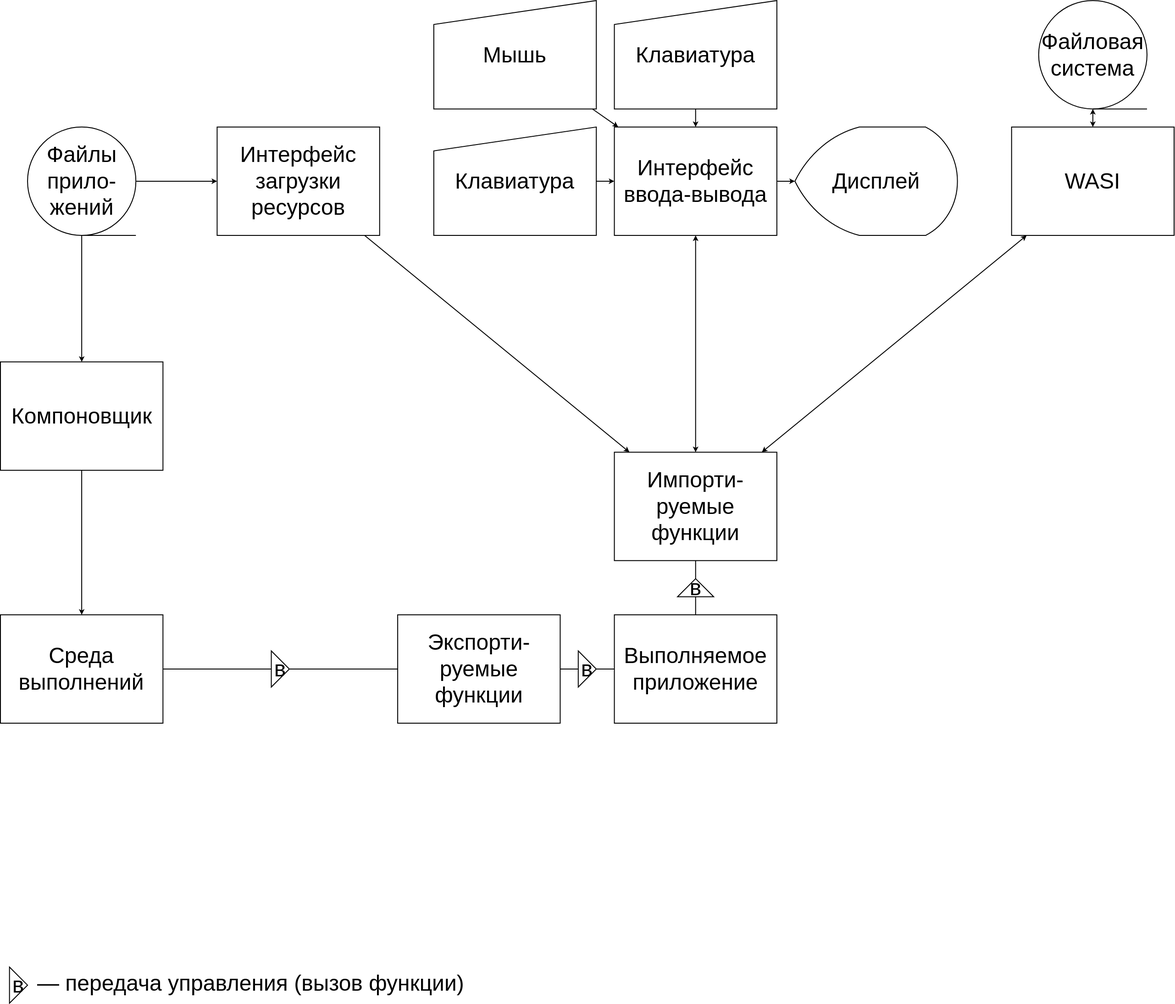
Before: diagrams/structure.drawio.png, a diagram exported from draw.io (Destructor17/graduation_project_report). Source tidied: cells renumbered, new cells last; positions are measured from the earlier drawing's top-left corner, leaving out a move shared by most shapes.
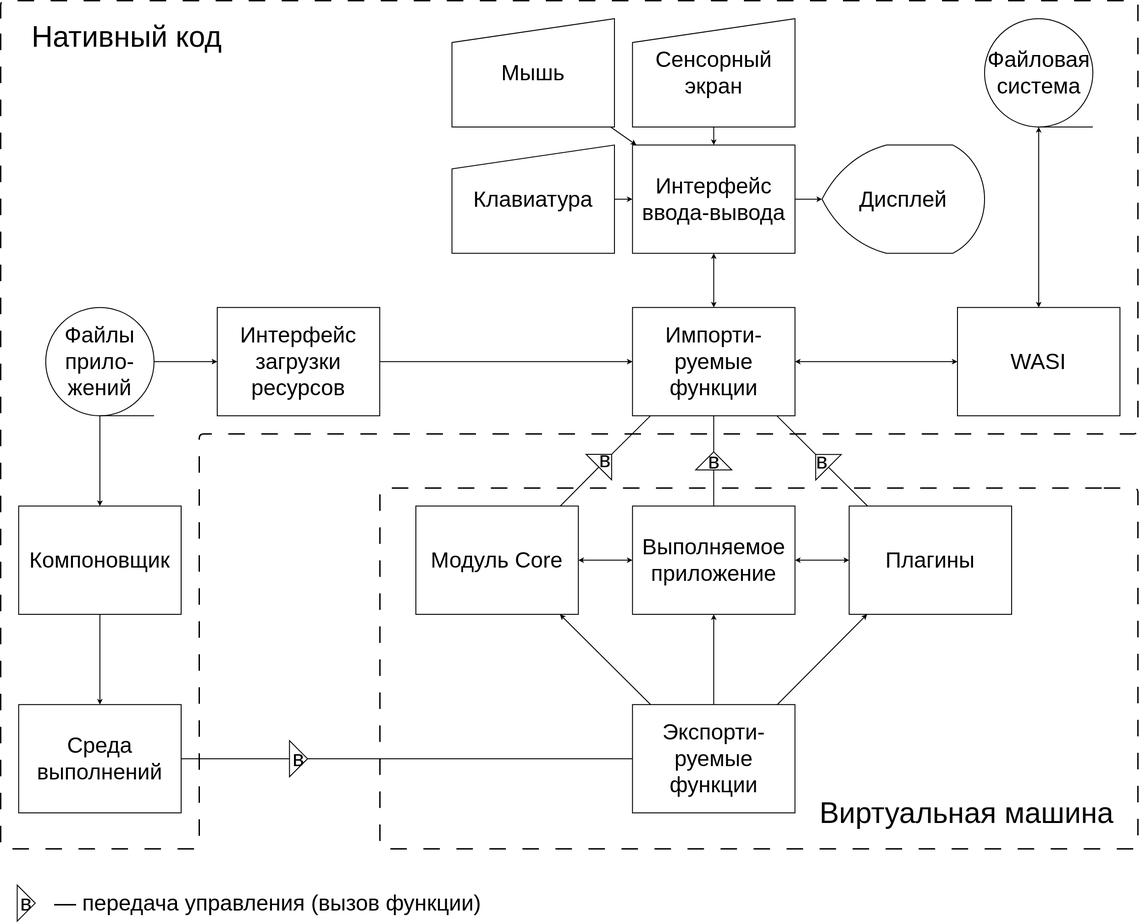
The same diagram one commit later.

Change to the diagram source:
```diff
@@ -9,31 +9,31 @@
       <mxGeometry relative="1" as="geometry" />
     </mxCell>
     <mxCell id="4" value="Интерфейс ввода-вывода" style="rounded=0;whiteSpace=wrap;html=1;absoluteArcSize=1;arcSize=0;strokeWidth=2;strokeColor=default;align=center;verticalAlign=middle;fontFamily=Helvetica;fontSize=48;fontColor=default;fillColor=default;comic=0;fixDash=0;snapToPoint=0;" parent="1" vertex="1">
-      <mxGeometry x="1339.1" y="275.3" width="354.3" height="236.2" as="geometry" />
+      <mxGeometry x="1417.8" y="432.8" width="354.3" height="236.2" as="geometry" />
     </mxCell>
     <mxCell id="5" value="&lt;font style=&quot;font-size: 48px;&quot;&gt;Дисплей&lt;/font&gt;" style="strokeWidth=2;html=1;shape=mxgraph.flowchart.display;whiteSpace=wrap;fontSize=48;" parent="1" vertex="1">
-      <mxGeometry x="1732.8" y="275.3" width="354.3" height="236.2" as="geometry" />
+      <mxGeometry x="1831.2" y="432.8" width="354.3" height="236.2" as="geometry" />
     </mxCell>
     <mxCell id="6" style="edgeStyle=none;html=1;fontSize=48;strokeWidth=2;" parent="1" edge="1" source="7" target="4">
       <mxGeometry relative="1" as="geometry" />
     </mxCell>
     <mxCell id="7" value="&lt;font style=&quot;font-size: 48px;&quot;&gt;Клавиатура&lt;/font&gt;" style="html=1;strokeWidth=2;shape=manualInput;whiteSpace=wrap;rounded=1;size=52;arcSize=0;fontSize=48;" parent="1" vertex="1">
-      <mxGeometry x="945.4" y="275.3" width="354.3" height="236.2" as="geometry" />
+      <mxGeometry x="1024.1" y="432.8" width="354.3" height="236.2" as="geometry" />
     </mxCell>
     <mxCell id="8" style="edgeStyle=none;html=1;fontSize=48;strokeWidth=2;" parent="1" edge="1" source="9" target="4">
       <mxGeometry relative="1" as="geometry" />
     </mxCell>
     <mxCell id="9" value="&lt;font style=&quot;font-size: 48px;&quot;&gt;Мышь&lt;/font&gt;" style="html=1;strokeWidth=2;shape=manualInput;whiteSpace=wrap;rounded=1;size=52;arcSize=0;fontSize=48;" parent="1" vertex="1">
-      <mxGeometry x="945.4" y="-0.3" width="354.3" height="236.2" as="geometry" />
+      <mxGeometry x="1024.1" y="157.2" width="354.3" height="236.2" as="geometry" />
     </mxCell>
     <mxCell id="10" style="edgeStyle=none;html=1;fontSize=48;strokeWidth=2;" parent="1" edge="1" source="11" target="4">
       <mxGeometry relative="1" as="geometry" />
     </mxCell>
-    <mxCell id="11" value="&lt;font style=&quot;font-size: 48px;&quot;&gt;Клавиатура&lt;br style=&quot;font-size: 48px;&quot;&gt;&lt;/font&gt;" style="html=1;strokeWidth=2;shape=manualInput;whiteSpace=wrap;rounded=1;size=52;arcSize=0;fontSize=48;" parent="1" vertex="1">
-      <mxGeometry x="1339.1" y="-0.3" width="354.3" height="236.2" as="geometry" />
+    <mxCell id="11" value="&lt;font style=&quot;font-size: 48px;&quot;&gt;Сенсорный экран&lt;br style=&quot;font-size: 48px;&quot;&gt;&lt;/font&gt;" style="html=1;strokeWidth=2;shape=manualInput;whiteSpace=wrap;rounded=1;size=52;arcSize=0;fontSize=48;" parent="1" vertex="1">
+      <mxGeometry x="1417.8" y="157.2" width="354.3" height="236.2" as="geometry" />
     </mxCell>
     <mxCell id="12" value="Импорти-руемые функции" style="rounded=0;whiteSpace=wrap;html=1;absoluteArcSize=1;arcSize=0;strokeWidth=2;strokeColor=default;align=center;verticalAlign=middle;fontFamily=Helvetica;fontSize=48;fontColor=default;fillColor=default;comic=0;fixDash=0;snapToPoint=0;" parent="1" vertex="1">
-      <mxGeometry x="1339.1" y="984" width="354.3" height="236.2" as="geometry" />
+      <mxGeometry x="1417.8" y="787.1" width="354.3" height="236.2" as="geometry" />
     </mxCell>
     <mxCell id="13" style="edgeStyle=none;html=1;fontSize=48;startArrow=classic;startFill=1;arcSize=20;perimeterSpacing=0;strokeWidth=2;" parent="1" edge="1" source="15" target="12">
       <mxGeometry relative="1" as="geometry" />
@@ -42,10 +42,10 @@
       <mxGeometry relative="1" as="geometry" />
     </mxCell>
     <mxCell id="15" value="WASI" style="rounded=0;whiteSpace=wrap;html=1;absoluteArcSize=1;arcSize=0;strokeWidth=2;strokeColor=default;align=center;verticalAlign=middle;fontFamily=Helvetica;fontSize=48;fontColor=default;fillColor=default;comic=0;fixDash=0;snapToPoint=0;" parent="1" vertex="1">
-      <mxGeometry x="2205.2" y="275.3" width="354.3" height="236.2" as="geometry" />
+      <mxGeometry x="2126.5" y="787.1" width="354.3" height="236.2" as="geometry" />
     </mxCell>
     <mxCell id="16" value="Файловая&lt;br style=&quot;font-size: 48px;&quot;&gt;система" style="strokeWidth=2;html=1;shape=mxgraph.flowchart.sequential_data;whiteSpace=wrap;fontSize=48;" parent="1" vertex="1">
-      <mxGeometry x="2264.2" y="-0.3" width="236.2" height="236.2" as="geometry" />
+      <mxGeometry x="2185.5" y="157.2" width="236.2" height="236.2" as="geometry" />
     </mxCell>
     <mxCell id="17" style="edgeStyle=none;html=1;fontSize=48;startArrow=none;startFill=0;strokeWidth=2;" parent="1" edge="1" source="19" target="21">
       <mxGeometry relative="1" as="geometry" />
@@ -54,35 +54,35 @@
       <mxGeometry relative="1" as="geometry" />
     </mxCell>
     <mxCell id="19" value="Файлы прило-жений" style="strokeWidth=2;html=1;shape=mxgraph.flowchart.sequential_data;whiteSpace=wrap;fontSize=48;" parent="1" vertex="1">
-      <mxGeometry x="59.6" y="275.3" width="236.2" height="236.2" as="geometry" />
+      <mxGeometry x="138.2" y="787.1" width="236.2" height="236.2" as="geometry" />
     </mxCell>
     <mxCell id="20" style="edgeStyle=none;html=1;fontSize=48;startArrow=none;startFill=0;strokeWidth=2;" parent="1" edge="1" source="21" target="12">
       <mxGeometry relative="1" as="geometry" />
     </mxCell>
     <mxCell id="21" value="Интерфейс &lt;br style=&quot;font-size: 48px;&quot;&gt;загрузки ресурсов" style="rounded=0;whiteSpace=wrap;html=1;absoluteArcSize=1;arcSize=0;strokeWidth=2;strokeColor=default;align=center;verticalAlign=middle;fontFamily=Helvetica;fontSize=48;fontColor=default;fillColor=default;comic=0;fixDash=0;snapToPoint=0;" parent="1" vertex="1">
-      <mxGeometry x="472.9" y="275.3" width="354.3" height="236.2" as="geometry" />
+      <mxGeometry x="512.3" y="787.1" width="354.3" height="236.2" as="geometry" />
     </mxCell>
     <mxCell id="22" style="edgeStyle=none;html=1;fontSize=48;startArrow=none;startFill=0;strokeWidth=2;" parent="1" edge="1" source="23" target="26">
       <mxGeometry relative="1" as="geometry" />
     </mxCell>
     <mxCell id="23" value="Компоновщик" style="rounded=0;whiteSpace=wrap;html=1;absoluteArcSize=1;arcSize=0;strokeWidth=2;strokeColor=default;align=center;verticalAlign=middle;fontFamily=Helvetica;fontSize=48;fontColor=default;fillColor=default;comic=0;fixDash=0;snapToPoint=0;" parent="1" vertex="1">
-      <mxGeometry x="0.5" y="787.1" width="354.3" height="236.2" as="geometry" />
+      <mxGeometry x="79.2" y="1220.2" width="354.3" height="236.2" as="geometry" />
     </mxCell>
+    <mxCell id="38" style="edgeStyle=none;html=1;strokeWidth=2;fontSize=64;startArrow=classic;startFill=1;endArrow=classic;endFill=1;" parent="1" edge="1" source="24" target="44">
+      <mxGeometry relative="1" as="geometry" />
+    </mxCell>
     <mxCell id="24" value="Выполняемое приложение" style="rounded=0;whiteSpace=wrap;html=1;absoluteArcSize=1;arcSize=0;strokeWidth=2;strokeColor=default;align=center;verticalAlign=middle;fontFamily=Helvetica;fontSize=48;fontColor=default;fillColor=default;comic=0;fixDash=0;snapToPoint=0;" parent="1" vertex="1">
-      <mxGeometry x="1339.1" y="1338.3" width="354.3" height="236.2" as="geometry" />
+      <mxGeometry x="1417.8" y="1220.2" width="354.3" height="236.2" as="geometry" />
     </mxCell>
     <mxCell id="25" style="edgeStyle=none;html=1;entryX=0;entryY=0.5;entryDx=0;entryDy=0;fontSize=48;startArrow=none;startFill=0;endArrow=none;endFill=0;strokeWidth=2;" parent="1" edge="1" source="26" target="33">
       <mxGeometry relative="1" as="geometry" />
     </mxCell>
     <mxCell id="26" value="Среда выполнений" style="rounded=0;whiteSpace=wrap;html=1;absoluteArcSize=1;arcSize=0;strokeWidth=2;strokeColor=default;align=center;verticalAlign=middle;fontFamily=Helvetica;fontSize=48;fontColor=default;fillColor=default;comic=0;fixDash=0;snapToPoint=0;" parent="1" vertex="1">
-      <mxGeometry x="0.5" y="1338.3" width="354.3" height="236.2" as="geometry" />
+      <mxGeometry x="79.2" y="1653.3" width="354.3" height="236.2" as="geometry" />
     </mxCell>
-    <mxCell id="27" style="edgeStyle=none;html=1;entryX=0;entryY=0.5;entryDx=0;entryDy=0;fontSize=48;startArrow=none;startFill=0;endArrow=none;endFill=0;strokeWidth=2;" parent="1" edge="1" source="28" target="35">
+    <mxCell id="27" style="edgeStyle=none;html=1;fontSize=48;startArrow=none;startFill=0;endArrow=classic;endFill=1;strokeWidth=2;entryX=0.5;entryY=1;entryDx=0;entryDy=0;" parent="1" edge="1" source="28" target="24">
       <mxGeometry relative="1" as="geometry" />
     </mxCell>
-    <mxCell id="28" value="Экспорти-руемые функции" style="rounded=0;whiteSpace=wrap;html=1;absoluteArcSize=1;arcSize=0;strokeWidth=2;strokeColor=default;align=center;verticalAlign=middle;fontFamily=Helvetica;fontSize=48;fontColor=default;fillColor=default;comic=0;fixDash=0;snapToPoint=0;" parent="1" vertex="1">
-      <mxGeometry x="866.6" y="1338.3" width="354.3" height="236.2" as="geometry" />
-    </mxCell>
     <mxCell id="29" style="edgeStyle=none;html=1;fontSize=48;startArrow=none;startFill=0;endArrow=none;strokeWidth=2;" parent="1" edge="1" source="24" target="31">
       <mxGeometry relative="1" as="geometry" />
     </mxCell>
@@ -90,25 +90,97 @@
       <mxGeometry relative="1" as="geometry" />
     </mxCell>
     <mxCell id="31" value="&lt;font style=&quot;font-size: 48px;&quot;&gt;в&lt;/font&gt;" style="triangle;whiteSpace=wrap;html=1;fontSize=48;direction=north;strokeWidth=2;" parent="1" vertex="1">
-      <mxGeometry x="1476.9" y="1259.6" width="78.7" height="39.4" as="geometry" />
+      <mxGeometry x="1555.6" y="1102.1" width="78.7" height="39.4" as="geometry" />
     </mxCell>
     <mxCell id="32" style="edgeStyle=none;html=1;fontSize=48;startArrow=none;startFill=0;endArrow=none;endFill=0;strokeWidth=2;" parent="1" edge="1" source="33" target="28">
       <mxGeometry relative="1" as="geometry" />
     </mxCell>
     <mxCell id="33" value="в" style="triangle;whiteSpace=wrap;html=1;fontSize=48;strokeWidth=2;" parent="1" vertex="1">
-      <mxGeometry x="591" y="1417.1" width="39.4" height="78.7" as="geometry" />
+      <mxGeometry x="669.8" y="1732" width="39.4" height="78.7" as="geometry" />
     </mxCell>
-    <mxCell id="34" style="edgeStyle=none;html=1;fontSize=48;startArrow=none;startFill=0;endArrow=none;endFill=0;strokeWidth=2;" parent="1" edge="1" source="35" target="24">
-      <mxGeometry relative="1" as="geometry" />
-    </mxCell>
-    <mxCell id="35" value="в" style="triangle;whiteSpace=wrap;html=1;fontSize=48;direction=east;strokeWidth=2;" parent="1" vertex="1">
-      <mxGeometry x="1260.3" y="1417.1" width="39.4" height="78.7" as="geometry" />
-    </mxCell>
     <mxCell id="36" value="в" style="triangle;whiteSpace=wrap;html=1;fontSize=48;direction=east;strokeWidth=2;" parent="1" vertex="1">
-      <mxGeometry x="20.2" y="2106" width="39.4" height="78.7" as="geometry" />
+      <mxGeometry x="76" y="2047" width="39.4" height="78.7" as="geometry" />
     </mxCell>
     <mxCell id="37" value="—&amp;nbsp;передача управления (вызов функции)" style="text;html=1;strokeColor=none;fillColor=none;align=left;verticalAlign=middle;whiteSpace=wrap;rounded=0;fontSize=48;strokeWidth=2;" parent="1" vertex="1">
-      <mxGeometry x="79.2" y="2125.7" width="1181.1" height="30" as="geometry" />
+      <mxGeometry x="154.7" y="2071.3" width="1338.6" height="30" as="geometry" />
     </mxCell>
+    <mxCell id="39" style="endArrow=none;dashed=1;html=1;strokeWidth=3;dashPattern=12 12;startArrow=none;" parent="1" edge="1">
+      <mxGeometry relative="1" as="geometry">
+        <mxPoint x="2441" y="1181" as="sourcePoint" />
+        <mxPoint x="2441" y="1181" as="targetPoint" />
+        <Array as="points">
+          <mxPoint x="867" y="1181" />
+          <mxPoint x="867" y="1968" />
+          <mxPoint x="2520" y="1968" />
+          <mxPoint x="2520" y="1181" />
+        </Array>
+      </mxGeometry>
+    </mxCell>
+    <mxCell id="40" style="endArrow=none;dashed=1;html=1;strokeWidth=3;dashPattern=12 12;" parent="1" edge="1">
+      <mxGeometry relative="1" as="geometry">
+        <mxPoint x="40" y="157" as="sourcePoint" />
+        <mxPoint x="40" y="157" as="targetPoint" />
+        <Array as="points">
+          <mxPoint x="40" y="118" />
+          <mxPoint x="2520" y="118" />
+          <mxPoint x="2520" y="1063" />
+          <mxPoint x="473" y="1063" />
+          <mxPoint x="473" y="1968" />
+          <mxPoint x="40" y="1968" />
+        </Array>
+      </mxGeometry>
+    </mxCell>
+    <mxCell id="41" value="Нативный код" style="text;html=1;strokeColor=none;fillColor=none;align=center;verticalAlign=middle;whiteSpace=wrap;rounded=0;fontSize=64;" parent="1" vertex="1">
+      <mxGeometry x="79.2" y="157.2" width="472.4" height="78.7" as="geometry" />
+    </mxCell>
+    <mxCell id="42" value="Виртуальная машина" style="text;html=1;strokeColor=none;fillColor=none;align=center;verticalAlign=middle;whiteSpace=wrap;rounded=0;fontSize=64;" parent="1" vertex="1">
+      <mxGeometry x="1811.5" y="1850.1" width="669.3" height="79.1" as="geometry" />
+    </mxCell>
+    <mxCell id="28" value="Экспорти-руемые функции" style="rounded=0;whiteSpace=wrap;html=1;absoluteArcSize=1;arcSize=0;strokeWidth=2;strokeColor=default;align=center;verticalAlign=middle;fontFamily=Helvetica;fontSize=48;fontColor=default;fillColor=default;comic=0;fixDash=0;snapToPoint=0;" parent="1" vertex="1">
+      <mxGeometry x="1417.8" y="1653.3" width="354.3" height="236.2" as="geometry" />
+    </mxCell>
+    <mxCell id="43" style="edgeStyle=none;html=1;entryX=0.889;entryY=1.001;entryDx=0;entryDy=0;entryPerimeter=0;strokeWidth=2;fontSize=64;endArrow=none;endFill=0;exitX=0.114;exitY=0.001;exitDx=0;exitDy=0;exitPerimeter=0;" parent="1" edge="1" source="44" target="12">
+      <mxGeometry relative="1" as="geometry" />
+    </mxCell>
+    <mxCell id="44" value="Плагины" style="rounded=0;whiteSpace=wrap;html=1;absoluteArcSize=1;arcSize=0;strokeWidth=2;strokeColor=default;align=center;verticalAlign=middle;fontFamily=Helvetica;fontSize=48;fontColor=default;fillColor=default;comic=0;fixDash=0;snapToPoint=0;" parent="1" vertex="1">
+      <mxGeometry x="1890.2" y="1220.2" width="354.3" height="236.2" as="geometry" />
+    </mxCell>
+    <mxCell id="45" style="edgeStyle=none;html=1;strokeWidth=2;fontSize=64;exitX=0.89;exitY=0.002;exitDx=0;exitDy=0;exitPerimeter=0;endArrow=classic;entryX=0.111;entryY=0.999;entryDx=0;entryDy=0;entryPerimeter=0;endFill=1;" parent="1" edge="1" source="28" target="44">
+      <mxGeometry relative="1" as="geometry" />
+    </mxCell>
+    <mxCell id="46" style="triangle;whiteSpace=wrap;html=1;fontSize=48;direction=north;strokeWidth=2;rotation=-45;" parent="1" vertex="1">
+      <mxGeometry x="1791.8" y="1102.1" width="78.7" height="39.4" as="geometry" />
+    </mxCell>
+    <mxCell id="47" value="&lt;span style=&quot;font-size: 48px;&quot;&gt;в&lt;/span&gt;" style="text;html=1;strokeColor=none;fillColor=none;align=center;verticalAlign=middle;whiteSpace=wrap;rounded=0;fontSize=64;" parent="1" vertex="1">
+      <mxGeometry x="1801.2" y="1102.1" width="60" height="30" as="geometry" />
+    </mxCell>
+    <mxCell id="48" style="edgeStyle=none;html=1;entryX=0;entryY=0.5;entryDx=0;entryDy=0;strokeWidth=2;fontSize=64;endArrow=classic;endFill=1;startArrow=classic;startFill=1;" parent="1" edge="1" source="49" target="24">
+      <mxGeometry relative="1" as="geometry" />
+    </mxCell>
+    <mxCell id="49" value="Модуль Core" style="rounded=0;whiteSpace=wrap;html=1;absoluteArcSize=1;arcSize=0;strokeWidth=2;strokeColor=default;align=center;verticalAlign=middle;fontFamily=Helvetica;fontSize=48;fontColor=default;fillColor=default;comic=0;fixDash=0;snapToPoint=0;" parent="1" vertex="1">
+      <mxGeometry x="945.4" y="1220.2" width="354.3" height="236.2" as="geometry" />
+    </mxCell>
+    <mxCell id="50" style="edgeStyle=none;html=1;strokeWidth=2;fontSize=64;entryX=0.113;entryY=1;entryDx=0;entryDy=0;entryPerimeter=0;exitX=1;exitY=0.5;exitDx=0;exitDy=0;startArrow=none;endArrow=none;endFill=0;" parent="1" edge="1" source="52">
+      <mxGeometry relative="1" as="geometry">
+        <mxPoint x="1457.5" y="1022.9" as="targetPoint" />
+      </mxGeometry>
+    </mxCell>
+    <mxCell id="51" style="edgeStyle=none;html=1;strokeWidth=2;fontSize=64;entryX=0;entryY=0.5;entryDx=0;entryDy=0;exitX=0.89;exitY=0.002;exitDx=0;exitDy=0;exitPerimeter=0;endArrow=none;" parent="1" edge="1" target="52">
+      <mxGeometry relative="1" as="geometry">
+        <mxPoint x="1260.3" y="1220.2" as="sourcePoint" />
+      </mxGeometry>
+    </mxCell>
+    <mxCell id="52" style="triangle;whiteSpace=wrap;html=1;fontSize=48;direction=east;strokeWidth=2;rotation=-45;" parent="1" vertex="1">
+      <mxGeometry x="1338.7" y="1081.9" width="39.4" height="78.7" as="geometry" />
+    </mxCell>
+    <mxCell id="53" value="&lt;span style=&quot;font-size: 48px;&quot;&gt;в&lt;/span&gt;" style="text;html=1;strokeColor=none;fillColor=none;align=center;verticalAlign=middle;whiteSpace=wrap;rounded=0;fontSize=64;" parent="1" vertex="1">
+      <mxGeometry x="1328.4" y="1099.3" width="60" height="30" as="geometry" />
+    </mxCell>
+    <mxCell id="54" style="edgeStyle=none;html=1;entryX=0.889;entryY=1.001;entryDx=0;entryDy=0;entryPerimeter=0;strokeWidth=2;fontSize=64;endArrow=classic;endFill=1;exitX=0.114;exitY=0.001;exitDx=0;exitDy=0;exitPerimeter=0;" parent="1" edge="1">
+      <mxGeometry relative="1" as="geometry">
+        <mxPoint x="1457.3" y="1653.3" as="sourcePoint" />
+        <mxPoint x="1259.4" y="1456.4" as="targetPoint" />
+      </mxGeometry>
+    </mxCell>
   </root>
 </mxGraphModel>
```
